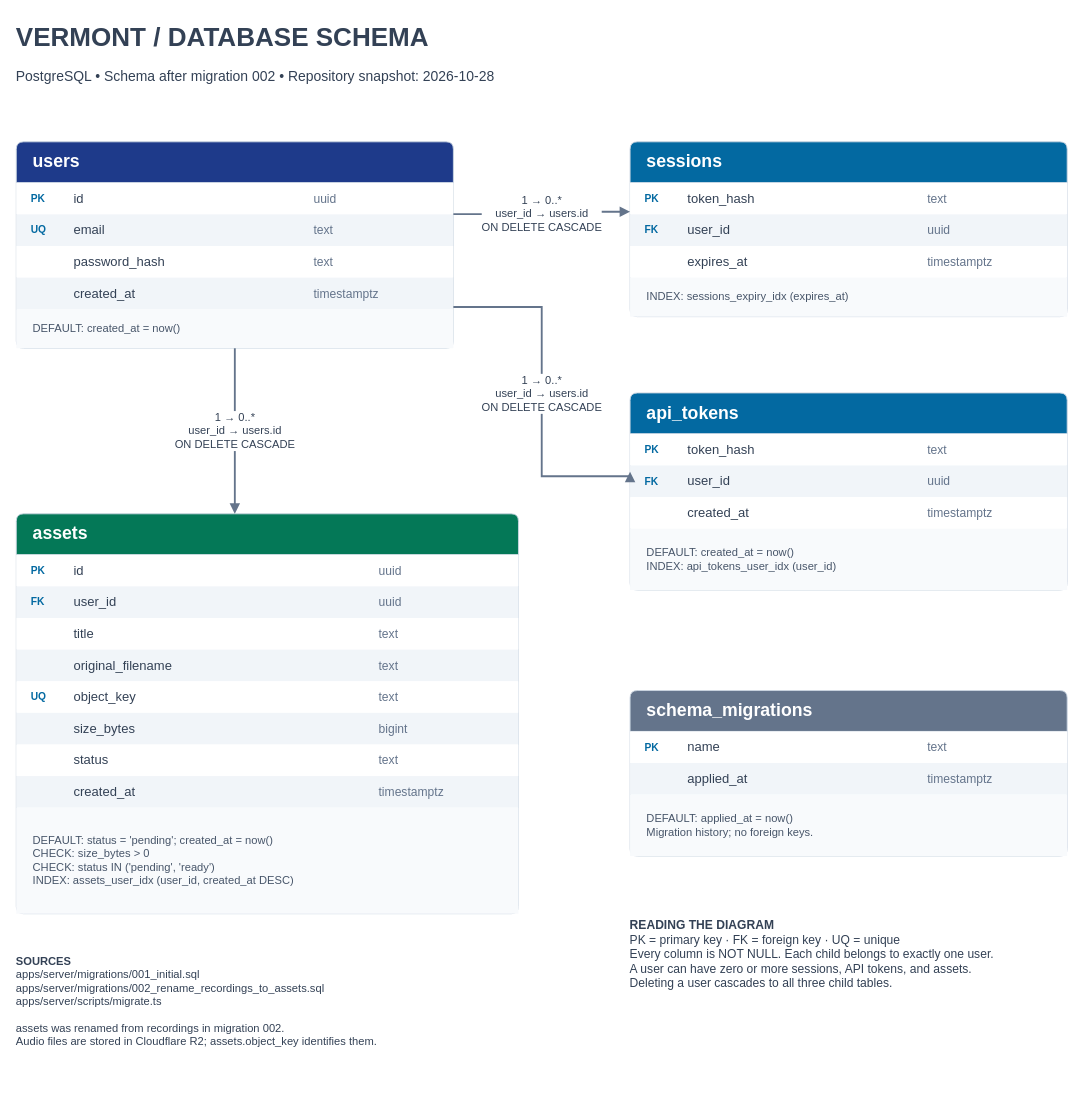
This is docs/database-schema.drawio from KacperKukula/Vermont, a draw.io file, before an edit. Source tidied: cells renumbered, new cells numbered last; positions are measured from the earlier drawing's top-left corner, leaving out a move shared by most shapes. Both pictures are drawn from the tidied source at 93%, with x=0, y=0 at pixel (16, 16).
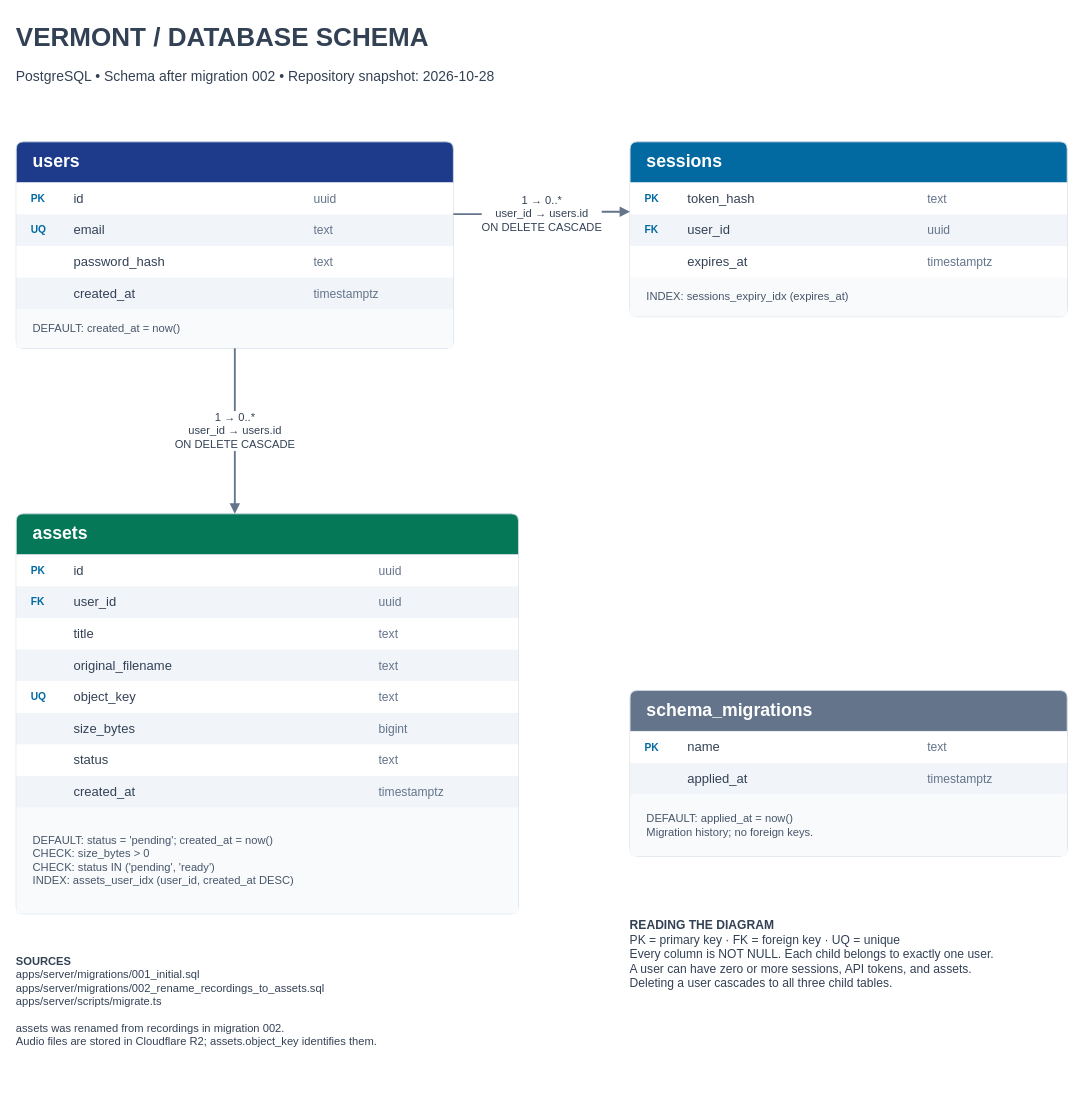
Above is the later version.

Unchanged cells that the change refers to:
```xml
<mxCell id="4" value="users" style="swimlane;html=1;startSize=44;horizontal=1;rounded=1;arcSize=6;fillColor=#1e3a8a;swimlaneFillColor=#ffffff;strokeColor=#cbd5e1;fontColor=#ffffff;fontFamily=Helvetica;fontSize=19;fontStyle=1;align=left;spacingLeft=16;" parent="1" vertex="1">
  <mxGeometry y="135" width="470" height="222" as="geometry" />
</mxCell>
```

What changed in the source:
```diff
@@
-    <mxCell id="36" value="api_tokens" style="swimlane;html=1;startSize=44;horizontal=1;rounded=1;arcSize=6;fillColor=#0369a1;swimlaneFillColor=#ffffff;strokeColor=#cbd5e1;fontColor=#ffffff;fontFamily=Helvetica;fontSize=19;fontStyle=1;align=left;spacingLeft=16;" parent="1" vertex="1">
-      <mxGeometry x="660" y="405" width="470" height="212" as="geometry" />
-    </mxCell>
-    <mxCell id="37" style="rounded=0;fillColor=#ffffff;strokeColor=none;" parent="36" vertex="1">
-      <mxGeometry y="44" width="470" height="34" as="geometry" />
-    </mxCell>
-    <mxCell id="38" value="PK" style="text;html=1;whiteSpace=wrap;align=left;verticalAlign=middle;fontFamily=Helvetica;fontColor=#334155;spacing=0;fontSize=11;fontStyle=1;fontColor=#0369a1;" parent="36" vertex="1">
-      <mxGeometry x="16" y="44" width="38" height="34" as="geometry" />
-    </mxCell>
-    <mxCell id="39" value="token_hash" style="text;html=1;whiteSpace=wrap;align=left;verticalAlign=middle;fontFamily=Helvetica;fontColor=#334155;spacing=0;fontSize=14;" parent="36" vertex="1">
-      <mxGeometry x="62" y="44" width="250" height="34" as="geometry" />
-    </mxCell>
-    <mxCell id="40" value="text" style="text;html=1;whiteSpace=wrap;align=left;verticalAlign=middle;fontFamily=Helvetica;fontColor=#334155;spacing=0;fontSize=13;fontColor=#64748b;" parent="36" vertex="1">
-      <mxGeometry x="320" y="44" width="138" height="34" as="geometry" />
-    </mxCell>
-    <mxCell id="41" style="rounded=0;fillColor=#f1f5f9;strokeColor=none;" parent="36" vertex="1">
-      <mxGeometry y="78" width="470" height="34" as="geometry" />
-    </mxCell>
-    <mxCell id="42" value="FK" style="text;html=1;whiteSpace=wrap;align=left;verticalAlign=middle;fontFamily=Helvetica;fontColor=#334155;spacing=0;fontSize=11;fontStyle=1;fontColor=#0369a1;" parent="36" vertex="1">
-      <mxGeometry x="16" y="78" width="38" height="34" as="geometry" />
-    </mxCell>
-    <mxCell id="43" value="user_id" style="text;html=1;whiteSpace=wrap;align=left;verticalAlign=middle;fontFamily=Helvetica;fontColor=#334155;spacing=0;fontSize=14;" parent="36" vertex="1">
-      <mxGeometry x="62" y="78" width="250" height="34" as="geometry" />
-    </mxCell>
-    <mxCell id="44" value="uuid" style="text;html=1;whiteSpace=wrap;align=left;verticalAlign=middle;fontFamily=Helvetica;fontColor=#334155;spacing=0;fontSize=13;fontColor=#64748b;" parent="36" vertex="1">
-      <mxGeometry x="320" y="78" width="138" height="34" as="geometry" />
-    </mxCell>
-    <mxCell id="45" style="rounded=0;fillColor=#ffffff;strokeColor=none;" parent="36" vertex="1">
-      <mxGeometry y="112" width="470" height="34" as="geometry" />
-    </mxCell>
-    <mxCell id="46" style="text;html=1;whiteSpace=wrap;align=left;verticalAlign=middle;fontFamily=Helvetica;fontColor=#334155;spacing=0;fontSize=11;fontStyle=1;fontColor=#0369a1;" parent="36" vertex="1">
-      <mxGeometry x="16" y="112" width="38" height="34" as="geometry" />
-    </mxCell>
-    <mxCell id="47" value="created_at" style="text;html=1;whiteSpace=wrap;align=left;verticalAlign=middle;fontFamily=Helvetica;fontColor=#334155;spacing=0;fontSize=14;" parent="36" vertex="1">
-      <mxGeometry x="62" y="112" width="250" height="34" as="geometry" />
-    </mxCell>
-    <mxCell id="48" value="timestamptz" style="text;html=1;whiteSpace=wrap;align=left;verticalAlign=middle;fontFamily=Helvetica;fontColor=#334155;spacing=0;fontSize=13;fontColor=#64748b;" parent="36" vertex="1">
-      <mxGeometry x="320" y="112" width="138" height="34" as="geometry" />
-    </mxCell>
-    <mxCell id="49" value="DEFAULT: created_at = now()&lt;br&gt;INDEX: api_tokens_user_idx (user_id)" style="text;html=1;whiteSpace=wrap;align=left;verticalAlign=middle;fontFamily=Helvetica;fontSize=12;fontColor=#475569;fillColor=#f8fafc;strokeColor=none;spacingLeft=16;spacingRight=12;spacingTop=6;spacingBottom=6;" parent="36" vertex="1">
-      <mxGeometry y="146" width="470" height="66" as="geometry" />
-    </mxCell>
@@
-    <mxCell id="95" value="1 → 0..*&lt;br&gt;user_id → users.id&lt;br&gt;ON DELETE CASCADE" style="edgeStyle=orthogonalEdgeStyle;rounded=0;html=1;endArrow=block;endFill=1;strokeColor=#64748b;strokeWidth=2;fontFamily=Helvetica;fontSize=12;fontColor=#334155;labelBackgroundColor=#ffffff;exitX=1;exitY=0.8;exitPerimeter=1;entryX=0;entryY=0.4;entryPerimeter=1;" parent="1" edge="1" source="4" target="36">
-      <mxGeometry relative="1" as="geometry">
-        <Array as="points">
-          <mxPoint x="565" y="312.6" />
-          <mxPoint x="565" y="494.6" />
-        </Array>
-      </mxGeometry>
-    </mxCell>
```
